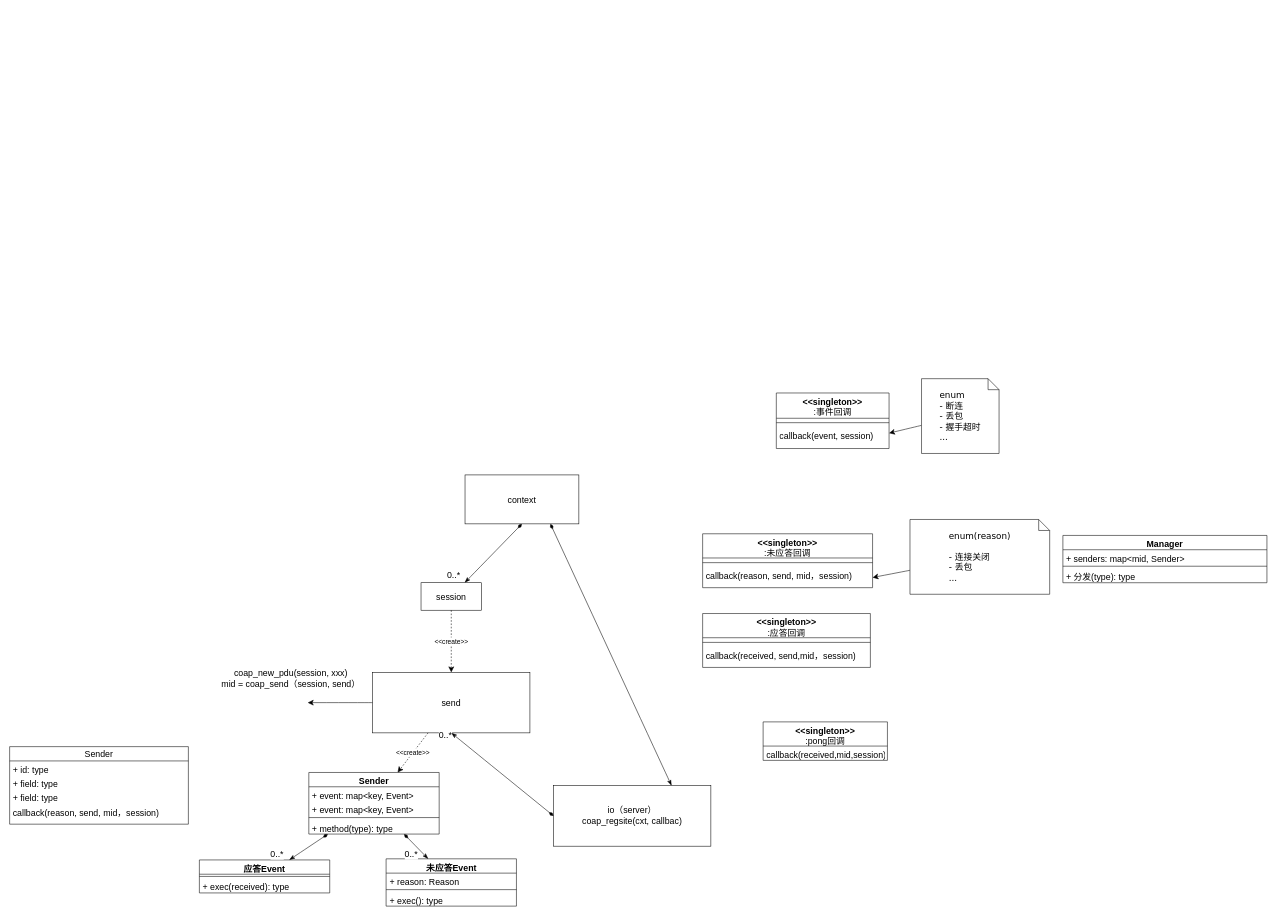
MrHulu/Learn-OpenGL keeps this draw.io diagram as page "流程图" (1 of 3) of Coap/CoapPlusPlus/doc/coap.drawio. Above is the earlier version. Source tidied: cells renumbered, new cells numbered last; positions are measured from the earlier drawing's top-left corner, leaving out a move shared by most shapes. Both pictures are drawn from the tidied source at 55%, with x=0, y=0 at pixel (9, 378).
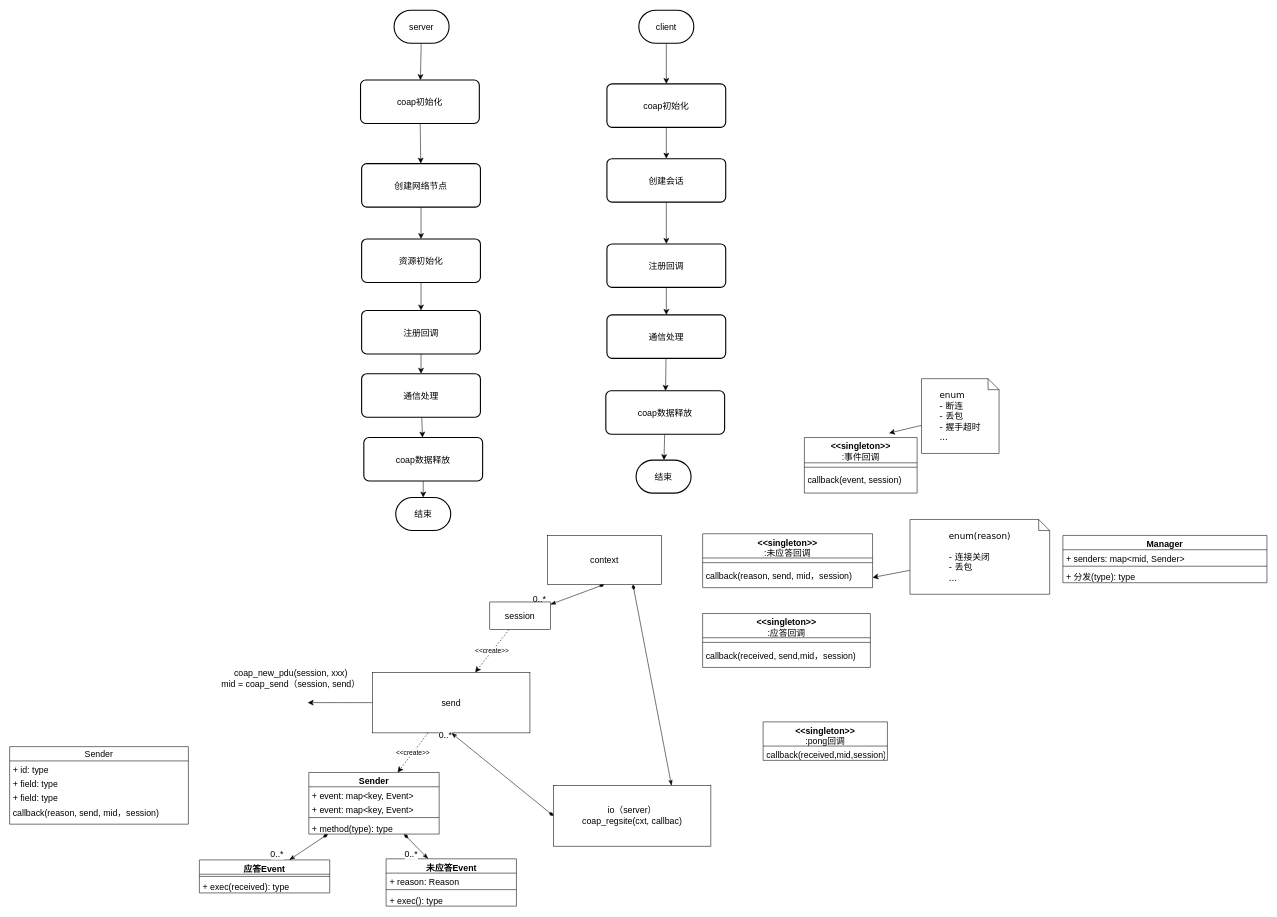
The same page after the edit.

Commit message:
coap.drawio添加coap底层封装图

Change to the diagram source:
```diff
@@
     <mxCell id="4" value="session" style="html=1;whiteSpace=wrap;fontSize=16;" parent="1" vertex="1">
-      <mxGeometry x="748" y="371" width="110" height="50" as="geometry" />
+      <mxGeometry x="873" y="406" width="110" height="50" as="geometry" />
     </mxCell>
     <mxCell id="5" value="context" style="html=1;whiteSpace=wrap;fontSize=16;" parent="1" vertex="1">
-      <mxGeometry x="828" y="175" width="207" height="89" as="geometry" />
+      <mxGeometry x="978" y="285" width="207" height="89" as="geometry" />
     </mxCell>
@@
     <mxCell id="9" value="&amp;lt;&amp;lt;singleton&amp;gt;&amp;gt;&lt;br style=&quot;border-color: var(--border-color); font-weight: 400;&quot;&gt;&lt;span style=&quot;font-weight: 400;&quot;&gt;:事件回调&lt;/span&gt;" style="swimlane;fontStyle=1;align=center;verticalAlign=top;horizontal=1;startSize=46;whiteSpace=wrap;html=1;fontSize=16;" parent="1" vertex="1">
-      <mxGeometry x="1394" y="26" width="205" height="101" as="geometry" />
+      <mxGeometry x="1445" y="107" width="205" height="101" as="geometry" />
     </mxCell>
@@
+    <mxCell id="55" style="edgeStyle=none;curved=1;rounded=0;jettySize=auto;html=1;fontSize=12;startSize=8;endSize=8;" parent="1" edge="1" source="56" target="58">
+      <mxGeometry relative="1" as="geometry" />
+    </mxCell>
+    <mxCell id="56" value="coap初始化" style="rounded=1;whiteSpace=wrap;html=1;absoluteArcSize=1;arcSize=19;strokeWidth=2;fontSize=16;" parent="1" vertex="1">
+      <mxGeometry x="638" y="-543" width="216" height="79" as="geometry" />
+    </mxCell>
+    <mxCell id="57" style="edgeStyle=none;curved=1;rounded=0;jettySize=auto;html=1;fontSize=12;startSize=8;endSize=8;" parent="1" edge="1" source="58" target="60">
+      <mxGeometry relative="1" as="geometry" />
+    </mxCell>
+    <mxCell id="58" value="创建网络节点" style="rounded=1;whiteSpace=wrap;html=1;absoluteArcSize=1;arcSize=19;strokeWidth=2;fontSize=16;" parent="1" vertex="1">
+      <mxGeometry x="640" y="-391" width="216" height="79" as="geometry" />
+    </mxCell>
+    <mxCell id="59" style="edgeStyle=none;curved=1;rounded=0;jettySize=auto;html=1;fontSize=12;startSize=8;endSize=8;" parent="1" edge="1" source="60" target="62">
+      <mxGeometry relative="1" as="geometry" />
+    </mxCell>
+    <mxCell id="60" value="资源初始化" style="rounded=1;whiteSpace=wrap;html=1;absoluteArcSize=1;arcSize=19;strokeWidth=2;fontSize=16;" parent="1" vertex="1">
+      <mxGeometry x="640" y="-254" width="216" height="79" as="geometry" />
+    </mxCell>
+    <mxCell id="61" style="edgeStyle=none;curved=1;rounded=0;jettySize=auto;html=1;fontSize=12;startSize=8;endSize=8;" parent="1" edge="1" source="62" target="64">
+      <mxGeometry relative="1" as="geometry" />
+    </mxCell>
+    <mxCell id="62" value="注册回调" style="rounded=1;whiteSpace=wrap;html=1;absoluteArcSize=1;arcSize=19;strokeWidth=2;fontSize=16;" parent="1" vertex="1">
+      <mxGeometry x="640" y="-124" width="216" height="79" as="geometry" />
+    </mxCell>
+    <mxCell id="63" style="edgeStyle=none;curved=1;rounded=0;jettySize=auto;html=1;fontSize=12;startSize=8;endSize=8;" parent="1" edge="1" source="64" target="79">
+      <mxGeometry relative="1" as="geometry" />
+    </mxCell>
+    <mxCell id="64" value="通信处理" style="rounded=1;whiteSpace=wrap;html=1;absoluteArcSize=1;arcSize=19;strokeWidth=2;fontSize=16;" parent="1" vertex="1">
+      <mxGeometry x="640" y="-9" width="216" height="79" as="geometry" />
+    </mxCell>
+    <mxCell id="65" style="edgeStyle=none;curved=1;rounded=0;jettySize=auto;html=1;fontSize=12;startSize=8;endSize=8;" parent="1" edge="1" source="66" target="56">
+      <mxGeometry relative="1" as="geometry" />
+    </mxCell>
+    <mxCell id="66" value="server" style="strokeWidth=2;html=1;shape=mxgraph.flowchart.terminator;whiteSpace=wrap;fontSize=16;" parent="1" vertex="1">
+      <mxGeometry x="699" y="-670" width="100" height="60" as="geometry" />
+    </mxCell>
+    <mxCell id="67" style="edgeStyle=none;curved=1;rounded=0;jettySize=auto;html=1;fontSize=12;startSize=8;endSize=8;" parent="1" edge="1" source="68" target="70">
+      <mxGeometry relative="1" as="geometry" />
+    </mxCell>
+    <mxCell id="68" value="coap初始化" style="rounded=1;whiteSpace=wrap;html=1;absoluteArcSize=1;arcSize=19;strokeWidth=2;fontSize=16;" parent="1" vertex="1">
+      <mxGeometry x="1086" y="-536" width="216" height="79" as="geometry" />
+    </mxCell>
+    <mxCell id="69" style="edgeStyle=none;curved=1;rounded=0;jettySize=auto;html=1;fontSize=12;startSize=8;endSize=8;entryX=0.5;entryY=0;entryDx=0;entryDy=0;" parent="1" edge="1" source="70" target="72">
+      <mxGeometry relative="1" as="geometry" />
+    </mxCell>
+    <mxCell id="70" value="创建会话" style="rounded=1;whiteSpace=wrap;html=1;absoluteArcSize=1;arcSize=19;strokeWidth=2;fontSize=16;" parent="1" vertex="1">
+      <mxGeometry x="1086" y="-400" width="216" height="79" as="geometry" />
+    </mxCell>
+    <mxCell id="71" style="edgeStyle=none;curved=1;rounded=0;jettySize=auto;html=1;fontSize=12;startSize=8;endSize=8;" parent="1" edge="1" source="72" target="74">
+      <mxGeometry relative="1" as="geometry" />
+    </mxCell>
+    <mxCell id="72" value="注册回调" style="rounded=1;whiteSpace=wrap;html=1;absoluteArcSize=1;arcSize=19;strokeWidth=2;fontSize=16;" parent="1" vertex="1">
+      <mxGeometry x="1086" y="-245" width="216" height="79" as="geometry" />
+    </mxCell>
+    <mxCell id="73" style="edgeStyle=none;curved=1;rounded=0;jettySize=auto;html=1;fontSize=12;startSize=8;endSize=8;" parent="1" edge="1" source="74" target="81">
+      <mxGeometry relative="1" as="geometry" />
+    </mxCell>
+    <mxCell id="74" value="通信处理" style="rounded=1;whiteSpace=wrap;html=1;absoluteArcSize=1;arcSize=19;strokeWidth=2;fontSize=16;" parent="1" vertex="1">
+      <mxGeometry x="1086" y="-116" width="216" height="79" as="geometry" />
+    </mxCell>
+    <mxCell id="75" style="edgeStyle=none;curved=1;rounded=0;jettySize=auto;html=1;fontSize=12;startSize=8;endSize=8;" parent="1" edge="1" source="76" target="68">
+      <mxGeometry relative="1" as="geometry" />
+    </mxCell>
+    <mxCell id="76" value="client" style="strokeWidth=2;html=1;shape=mxgraph.flowchart.terminator;whiteSpace=wrap;fontSize=16;" parent="1" vertex="1">
+      <mxGeometry x="1144" y="-670" width="100" height="60" as="geometry" />
+    </mxCell>
+    <mxCell id="77" value="结束" style="strokeWidth=2;html=1;shape=mxgraph.flowchart.terminator;whiteSpace=wrap;fontSize=16;" parent="1" vertex="1">
+      <mxGeometry x="702" y="216" width="100" height="60" as="geometry" />
+    </mxCell>
+    <mxCell id="78" style="edgeStyle=none;curved=1;rounded=0;jettySize=auto;html=1;entryX=0.5;entryY=0;entryDx=0;entryDy=0;entryPerimeter=0;fontSize=12;startSize=8;endSize=8;" parent="1" edge="1" source="79" target="77">
+      <mxGeometry relative="1" as="geometry" />
+    </mxCell>
+    <mxCell id="79" value="coap数据释放" style="rounded=1;whiteSpace=wrap;html=1;absoluteArcSize=1;arcSize=19;strokeWidth=2;fontSize=16;" parent="1" vertex="1">
+      <mxGeometry x="644" y="107" width="216" height="79" as="geometry" />
+    </mxCell>
+    <mxCell id="80" style="edgeStyle=none;curved=1;rounded=0;jettySize=auto;html=1;fontSize=12;startSize=8;endSize=8;" parent="1" edge="1" source="81" target="82">
+      <mxGeometry relative="1" as="geometry" />
+    </mxCell>
+    <mxCell id="81" value="coap数据释放" style="rounded=1;whiteSpace=wrap;html=1;absoluteArcSize=1;arcSize=19;strokeWidth=2;fontSize=16;" parent="1" vertex="1">
+      <mxGeometry x="1084" y="22" width="216" height="79" as="geometry" />
+    </mxCell>
+    <mxCell id="82" value="结束" style="strokeWidth=2;html=1;shape=mxgraph.flowchart.terminator;whiteSpace=wrap;fontSize=16;" parent="1" vertex="1">
+      <mxGeometry x="1139" y="148" width="100" height="60" as="geometry" />
+    </mxCell>
```
